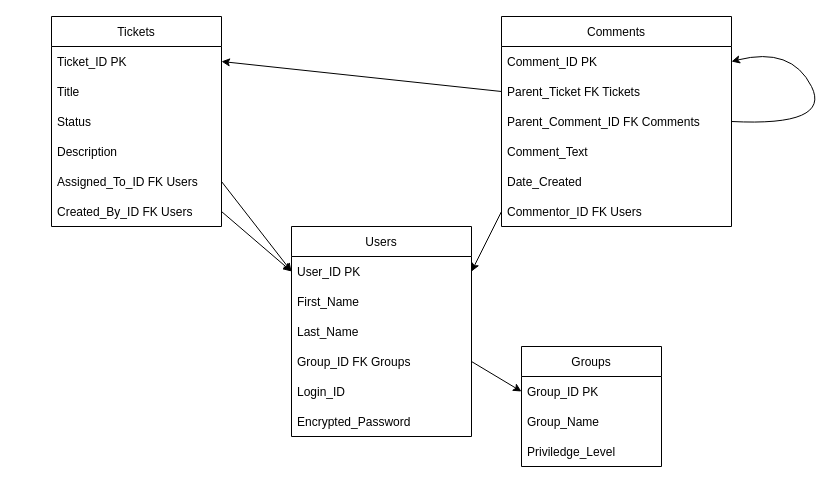
The draw.io diagram Untitled Diagram.drawio in Jrfarl/SeniorProjDiagram, before the edit. Source tidied: cells renumbered, new cells numbered last; positions are measured from the earlier drawing's top-left corner, leaving out a move shared by most shapes. Both pictures are drawn from the tidied source at 100%, with x=0, y=0 at pixel (51, 16).
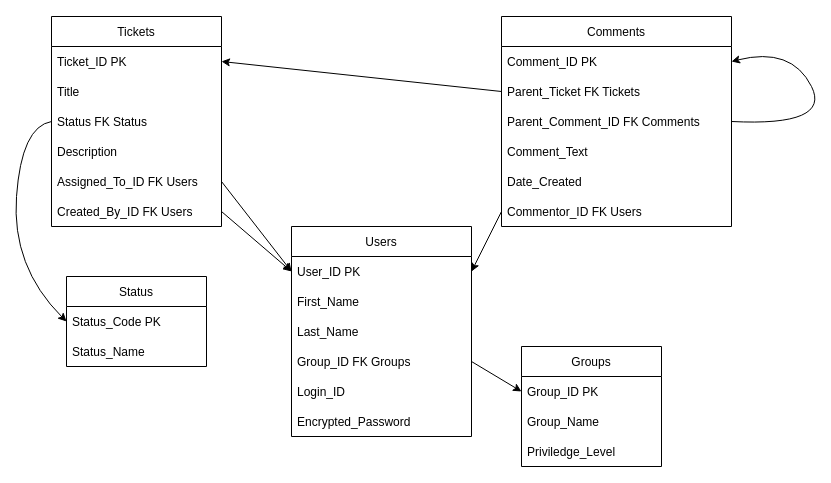
Above is the later version.

The change refers to these unchanged cells:
```xml
<mxCell id="2" value="Tickets" style="swimlane;fontStyle=0;horizontal=1;startSize=30;" parent="1" vertex="1">
  <mxGeometry width="170" height="210" as="geometry" />
</mxCell>
```

What changed in the source:
```diff
@@
-    <mxCell id="5" value="Status" style="text;strokeColor=none;fillColor=none;align=left;verticalAlign=middle;spacingLeft=4;spacingRight=4;overflow=hidden;points=[[0,0.5],[1,0.5]];portConstraint=eastwest;" parent="2" vertex="1">
+    <mxCell id="5" value="Status FK Status" style="text;strokeColor=none;fillColor=none;align=left;verticalAlign=middle;spacingLeft=4;spacingRight=4;overflow=hidden;points=[[0,0.5],[1,0.5]];portConstraint=eastwest;" parent="2" vertex="1">
       <mxGeometry y="90" width="170" height="30" as="geometry" />
     </mxCell>
@@
+    <mxCell id="33" value="Status" style="swimlane;fontStyle=0;horizontal=1;startSize=30;" parent="1" vertex="1">
+      <mxGeometry x="15" y="260" width="140" height="90" as="geometry" />
+    </mxCell>
+    <mxCell id="34" value="Status_Code PK" style="text;strokeColor=none;fillColor=none;align=left;verticalAlign=middle;spacingLeft=4;spacingRight=4;overflow=hidden;points=[[0,0.5],[1,0.5]];portConstraint=eastwest;" parent="33" vertex="1">
+      <mxGeometry y="30" width="140" height="30" as="geometry" />
+    </mxCell>
+    <mxCell id="35" value="Status_Name" style="text;strokeColor=none;fillColor=none;align=left;verticalAlign=middle;spacingLeft=4;spacingRight=4;overflow=hidden;" parent="33" vertex="1">
+      <mxGeometry y="60" width="140" height="30" as="geometry" />
+    </mxCell>
+    <mxCell id="36" style="curved=1;endArrow=classic;html=1;rounded=0;entryX=0;entryY=0.5;entryDx=0;entryDy=0;exitX=0;exitY=0.5;exitDx=0;exitDy=0;" parent="1" edge="1" source="5" target="34">
+      <mxGeometry relative="1" as="geometry">
+        <Array as="points">
+          <mxPoint x="-30" y="110" />
+          <mxPoint x="-40" y="250" />
+        </Array>
+      </mxGeometry>
+    </mxCell>
```
